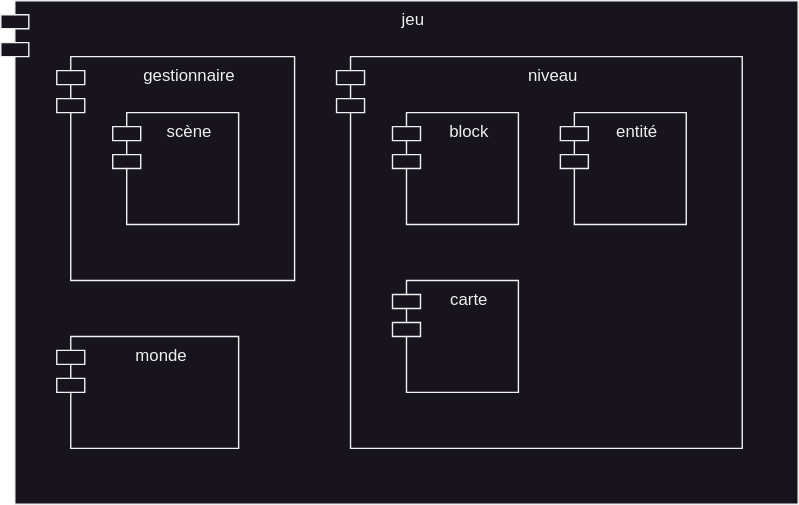
Before: res/schemas/modules.svg, a diagram exported from draw.io (yuesubi/maria-sis). Source tidied: cells renumbered, new cells last; positions are measured from the earlier drawing's top-left corner, leaving out a move shared by most shapes. Its diagram source:
```xml
<mxGraphModel>
  <root>
    <mxCell id="0" />
    <mxCell id="1" parent="0" />
    <mxCell id="2" value="&lt;div&gt;jeu&lt;/div&gt;" style="shape=module;align=left;spacingLeft=20;align=center;verticalAlign=top;whiteSpace=wrap;html=1;" parent="1" vertex="1">
      <mxGeometry width="570" height="360" as="geometry" />
    </mxCell>
    <mxCell id="3" value="&lt;div&gt;gestionnaire&lt;/div&gt;" style="shape=module;align=left;spacingLeft=20;align=center;verticalAlign=top;whiteSpace=wrap;html=1;" parent="1" vertex="1">
      <mxGeometry x="40" y="40" width="170" height="160" as="geometry" />
    </mxCell>
    <mxCell id="4" value="niveau" style="shape=module;align=left;spacingLeft=20;align=center;verticalAlign=top;whiteSpace=wrap;html=1;" parent="1" vertex="1">
      <mxGeometry x="240" y="40" width="290" height="280" as="geometry" />
    </mxCell>
    <mxCell id="5" value="&lt;div&gt;block&lt;/div&gt;" style="shape=module;align=left;spacingLeft=20;align=center;verticalAlign=top;whiteSpace=wrap;html=1;" parent="1" vertex="1">
      <mxGeometry x="280" y="80" width="90" height="80" as="geometry" />
    </mxCell>
    <mxCell id="6" value="entité" style="shape=module;align=left;spacingLeft=20;align=center;verticalAlign=top;whiteSpace=wrap;html=1;" parent="1" vertex="1">
      <mxGeometry x="400" y="80" width="90" height="80" as="geometry" />
    </mxCell>
    <mxCell id="7" value="monde" style="shape=module;align=left;spacingLeft=20;align=center;verticalAlign=top;whiteSpace=wrap;html=1;" parent="1" vertex="1">
      <mxGeometry x="40" y="240" width="130" height="80" as="geometry" />
    </mxCell>
    <mxCell id="8" value="&lt;div&gt;scène&lt;/div&gt;" style="shape=module;align=left;spacingLeft=20;align=center;verticalAlign=top;whiteSpace=wrap;html=1;" parent="1" vertex="1">
      <mxGeometry x="80" y="80" width="90" height="80" as="geometry" />
    </mxCell>
    <mxCell id="9" value="carte" style="shape=module;align=left;spacingLeft=20;align=center;verticalAlign=top;whiteSpace=wrap;html=1;" parent="1" vertex="1">
      <mxGeometry x="280" y="200" width="90" height="80" as="geometry" />
    </mxCell>
  </root>
</mxGraphModel>
```
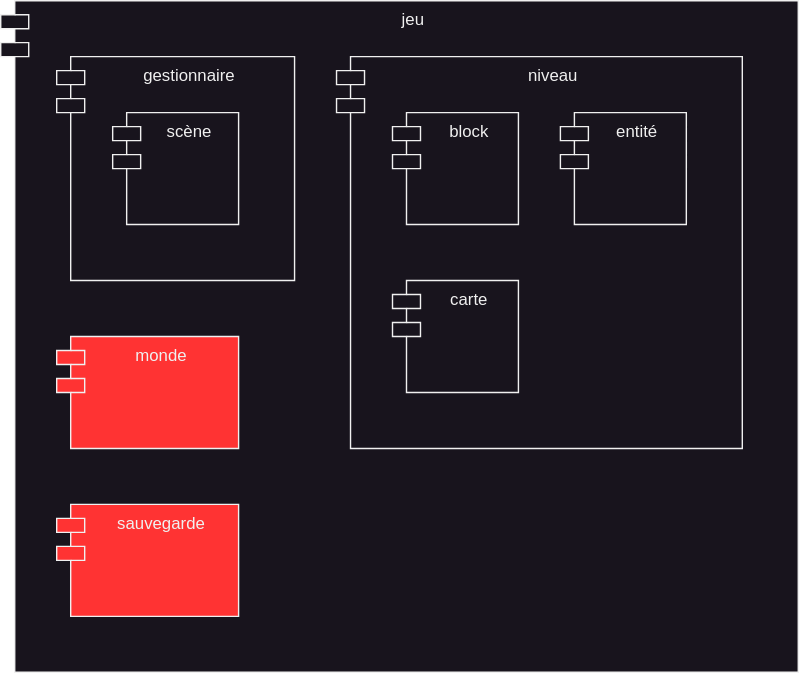
Later version of the same file.

The edit, as a diff of the source:
```diff
@@ -3,7 +3,7 @@
     <mxCell id="0" />
     <mxCell id="1" parent="0" />
     <mxCell id="2" value="&lt;div&gt;jeu&lt;/div&gt;" style="shape=module;align=left;spacingLeft=20;align=center;verticalAlign=top;whiteSpace=wrap;html=1;" parent="1" vertex="1">
-      <mxGeometry width="570" height="360" as="geometry" />
+      <mxGeometry width="570" height="480" as="geometry" />
     </mxCell>
     <mxCell id="3" value="&lt;div&gt;gestionnaire&lt;/div&gt;" style="shape=module;align=left;spacingLeft=20;align=center;verticalAlign=top;whiteSpace=wrap;html=1;" parent="1" vertex="1">
       <mxGeometry x="40" y="40" width="170" height="160" as="geometry" />
@@ -17,7 +17,7 @@
     <mxCell id="6" value="entité" style="shape=module;align=left;spacingLeft=20;align=center;verticalAlign=top;whiteSpace=wrap;html=1;" parent="1" vertex="1">
       <mxGeometry x="400" y="80" width="90" height="80" as="geometry" />
     </mxCell>
-    <mxCell id="7" value="monde" style="shape=module;align=left;spacingLeft=20;align=center;verticalAlign=top;whiteSpace=wrap;html=1;" parent="1" vertex="1">
+    <mxCell id="7" value="monde" style="shape=module;align=left;spacingLeft=20;align=center;verticalAlign=top;whiteSpace=wrap;html=1;fillColor=#FF3333;" parent="1" vertex="1">
       <mxGeometry x="40" y="240" width="130" height="80" as="geometry" />
     </mxCell>
     <mxCell id="8" value="&lt;div&gt;scène&lt;/div&gt;" style="shape=module;align=left;spacingLeft=20;align=center;verticalAlign=top;whiteSpace=wrap;html=1;" parent="1" vertex="1">
@@ -26,5 +26,8 @@
     <mxCell id="9" value="carte" style="shape=module;align=left;spacingLeft=20;align=center;verticalAlign=top;whiteSpace=wrap;html=1;" parent="1" vertex="1">
       <mxGeometry x="280" y="200" width="90" height="80" as="geometry" />
     </mxCell>
+    <mxCell id="10" value="sauvegarde" style="shape=module;align=left;spacingLeft=20;align=center;verticalAlign=top;whiteSpace=wrap;html=1;fillColor=#FF3333;" parent="1" vertex="1">
+      <mxGeometry x="40" y="360" width="130" height="80" as="geometry" />
+    </mxCell>
   </root>
 </mxGraphModel>
```
